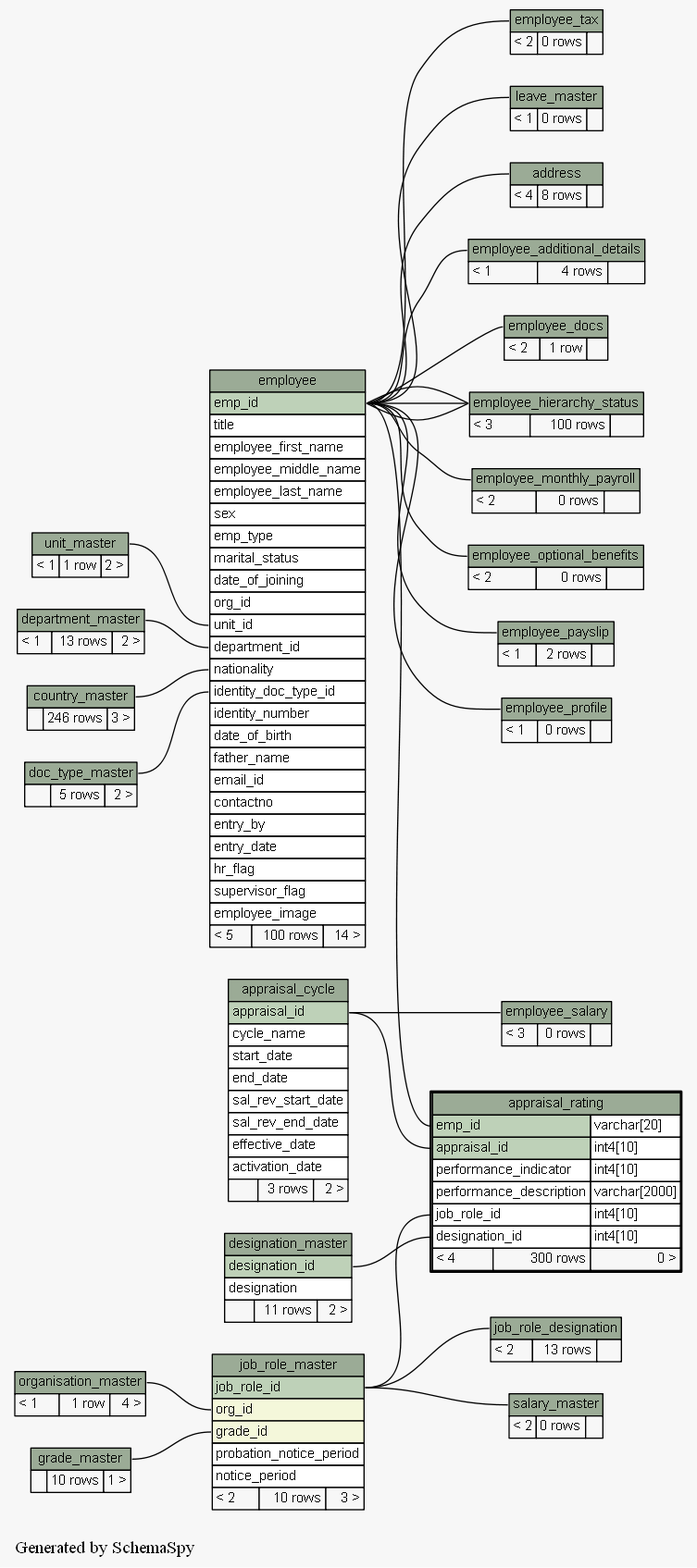
Above: docs/database/schemaspy/graphs/appraisal_rating.2degrees.png in engineerscraft/hrms (Graphviz), before the change. Its source is kept beside it as docs/database/schemaspy/graphs/appraisal_rating.2degrees.dot.
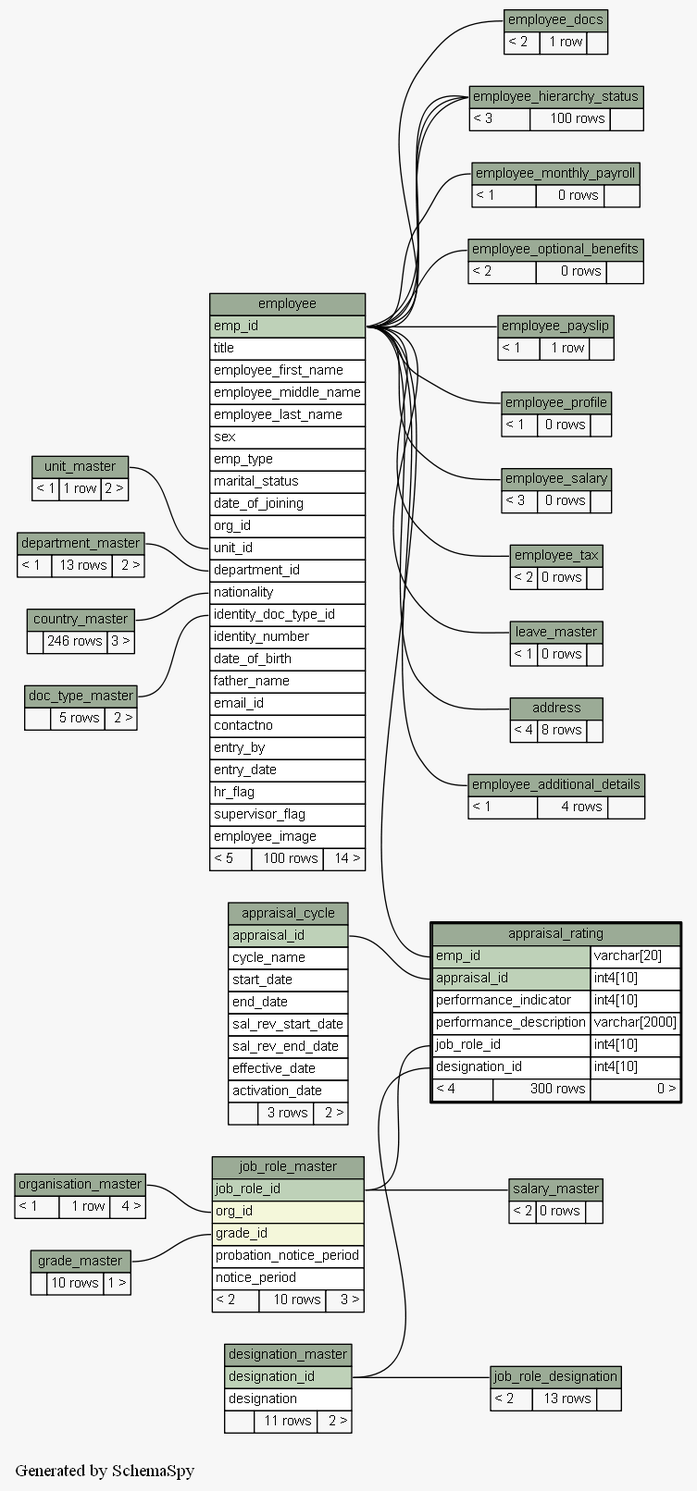
After the change.

The edit, as a diff of the source:
```diff
@@ -31,9 +31,9 @@
   "employee_optional_benefits":"employee_optional_benefits.heading":w -> "employee":"emp_id":e [arrowtail=crowodot arrowhead=none];
   "employee_payslip":"employee_payslip.heading":w -> "employee":"emp_id":e [arrowtail=crowodot arrowhead=none];
   "employee_profile":"employee_profile.heading":w -> "employee":"emp_id":e [arrowtail=tee arrowhead=none];
-  "employee_salary":"employee_salary.heading":w -> "appraisal_cycle":"appraisal_id":e [arrowtail=crowtee arrowhead=none];
+  "employee_salary":"employee_salary.heading":w -> "employee":"emp_id":e [arrowtail=crowtee arrowhead=none];
   "employee_tax":"employee_tax.heading":w -> "employee":"emp_id":e [arrowtail=crowtee arrowhead=none];
-  "job_role_designation":"job_role_designation.heading":w -> "job_role_master":"job_role_id":e [arrowtail=crowtee arrowhead=none];
+  "job_role_designation":"job_role_designation.heading":w -> "designation_master":"designation_id":e [arrowtail=crowtee arrowhead=none];
   "job_role_master":"grade_id":w -> "grade_master":"grade_master.heading":e [arrowtail=crowtee arrowhead=none];
   "job_role_master":"org_id":w -> "organisation_master":"organisation_master.heading":e [arrowtail=crowtee arrowhead=none];
   "leave_master":"leave_master.heading":w -> "employee":"emp_id":e [arrowtail=tee arrowhead=none];
@@ -181,7 +181,7 @@
     label=<
     <TABLE BORDER="0" CELLBORDER="1" CELLSPACING="0" BGCOLOR="#ffffff">
       <TR><TD PORT="employee_monthly_payroll.heading" COLSPAN="3" BGCOLOR="#9bab96" ALIGN="CENTER">employee_monthly_payroll</TD></TR>
-      <TR><TD ALIGN="LEFT" BGCOLOR="#f7f7f7">&lt; 2</TD><TD ALIGN="RIGHT" BGCOLOR="#f7f7f7">0 rows</TD><TD ALIGN="RIGHT" BGCOLOR="#f7f7f7">  </TD></TR>
+      <TR><TD ALIGN="LEFT" BGCOLOR="#f7f7f7">&lt; 1</TD><TD ALIGN="RIGHT" BGCOLOR="#f7f7f7">0 rows</TD><TD ALIGN="RIGHT" BGCOLOR="#f7f7f7">  </TD></TR>
     </TABLE>>
     URL="employee_monthly_payroll.html#graph"
     tooltip="employee_monthly_payroll"
@@ -199,7 +199,7 @@
     label=<
     <TABLE BORDER="0" CELLBORDER="1" CELLSPACING="0" BGCOLOR="#ffffff">
       <TR><TD PORT="employee_payslip.heading" COLSPAN="3" BGCOLOR="#9bab96" ALIGN="CENTER">employee_payslip</TD></TR>
-      <TR><TD ALIGN="LEFT" BGCOLOR="#f7f7f7">&lt; 1</TD><TD ALIGN="RIGHT" BGCOLOR="#f7f7f7">2 rows</TD><TD ALIGN="RIGHT" BGCOLOR="#f7f7f7">  </TD></TR>
+      <TR><TD ALIGN="LEFT" BGCOLOR="#f7f7f7">&lt; 1</TD><TD ALIGN="RIGHT" BGCOLOR="#f7f7f7">1 row</TD><TD ALIGN="RIGHT" BGCOLOR="#f7f7f7">  </TD></TR>
     </TABLE>>
     URL="employee_payslip.html#graph"
     tooltip="employee_payslip"
```
